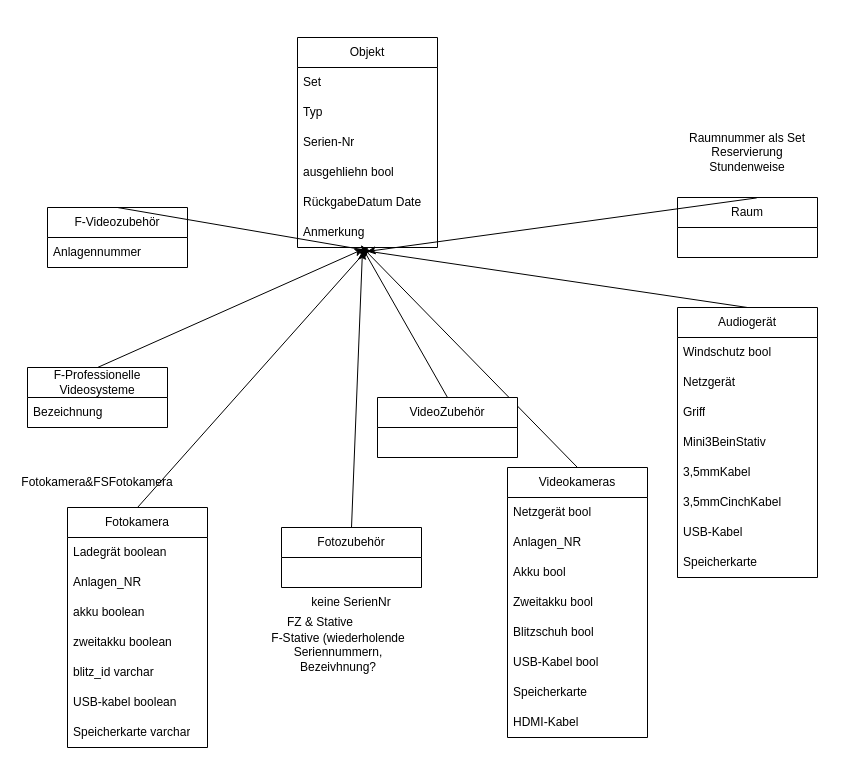
2426-itp-ahitm/leoleih keeps this draw.io diagram as Management/DB_Ressourcen/erdDatenbankStrukur.drawio. Above is the earlier version. Source tidied: cells renumbered, new cells numbered last; positions are measured from the earlier drawing's top-left corner, leaving out a move shared by most shapes. Both pictures are drawn from the tidied source at 100%, with x=0, y=0 at pixel (17, 37).
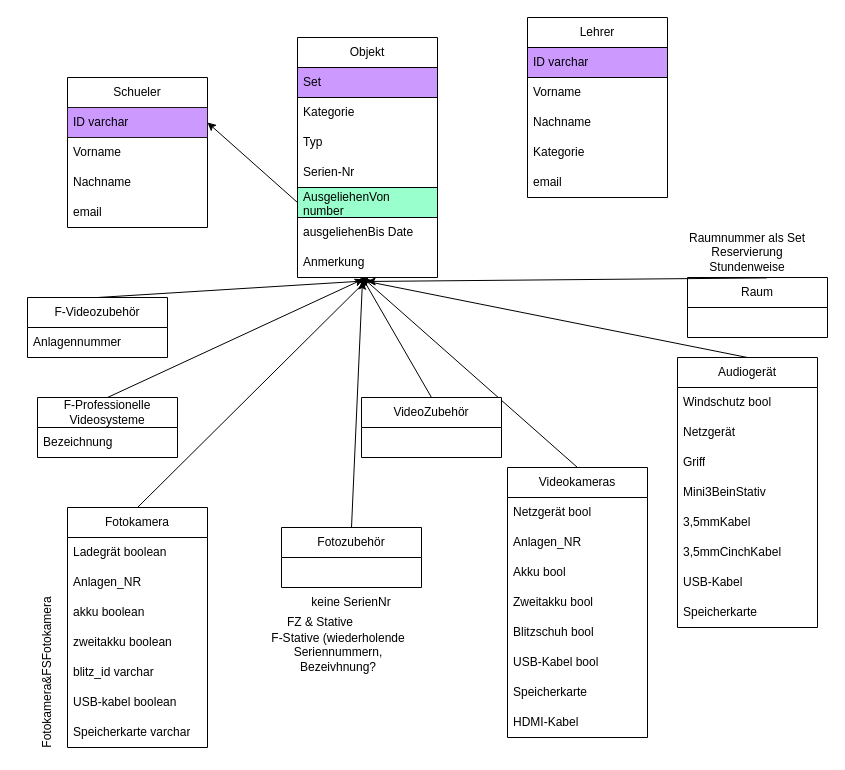
The same page after the edit.

What changed in the source:
```diff
@@
     <mxCell id="11" value="Objekt" style="swimlane;fontStyle=0;horizontal=1;startSize=30;whiteSpace=wrap;html=1;" parent="1" vertex="1">
-      <mxGeometry x="280" width="140" height="210" as="geometry" />
+      <mxGeometry x="280" width="140" height="240" as="geometry" />
     </mxCell>
-    <mxCell id="12" value="Set" style="text;strokeColor=none;fillColor=none;align=left;verticalAlign=middle;spacingLeft=4;spacingRight=4;overflow=hidden;whiteSpace=wrap;html=1;" parent="11" vertex="1">
+    <mxCell id="12" value="Set" style="text;strokeColor=#000000;fillColor=#CC99FF;align=left;verticalAlign=middle;spacingLeft=4;spacingRight=4;overflow=hidden;whiteSpace=wrap;html=1;" parent="11" vertex="1">
       <mxGeometry y="30" width="140" height="30" as="geometry" />
     </mxCell>
+    <mxCell id="55" value="Kategorie" style="text;strokeColor=none;fillColor=none;align=left;verticalAlign=middle;spacingLeft=4;spacingRight=4;overflow=hidden;whiteSpace=wrap;html=1;" parent="11" vertex="1">
+      <mxGeometry y="60" width="140" height="30" as="geometry" />
+    </mxCell>
     <mxCell id="13" value="Typ" style="text;strokeColor=none;fillColor=none;align=left;verticalAlign=middle;spacingLeft=4;spacingRight=4;overflow=hidden;whiteSpace=wrap;html=1;" parent="11" vertex="1">
-      <mxGeometry y="60" width="140" height="30" as="geometry" />
+      <mxGeometry y="90" width="140" height="30" as="geometry" />
     </mxCell>
     <mxCell id="14" value="Serien-Nr" style="text;strokeColor=none;fillColor=none;align=left;verticalAlign=middle;spacingLeft=4;spacingRight=4;overflow=hidden;whiteSpace=wrap;html=1;" parent="11" vertex="1">
-      <mxGeometry y="90" width="140" height="30" as="geometry" />
+      <mxGeometry y="120" width="140" height="30" as="geometry" />
     </mxCell>
-    <mxCell id="15" value="ausgehliehn bool" style="text;strokeColor=none;fillColor=none;align=left;verticalAlign=middle;spacingLeft=4;spacingRight=4;overflow=hidden;points=[[0,0.5],[1,0.5]];portConstraint=eastwest;whiteSpace=wrap;html=1;" parent="11" vertex="1">
-      <mxGeometry y="120" width="140" height="30" as="geometry" />
+    <mxCell id="15" value="AusgeliehenVon number" style="text;strokeColor=#000000;fillColor=#99FFCC;align=left;verticalAlign=middle;spacingLeft=4;spacingRight=4;overflow=hidden;points=[[0,0.5],[1,0.5]];portConstraint=eastwest;whiteSpace=wrap;html=1;" parent="11" vertex="1">
+      <mxGeometry y="150" width="140" height="30" as="geometry" />
     </mxCell>
-    <mxCell id="16" value="RückgabeDatum Date" style="text;strokeColor=none;fillColor=none;align=left;verticalAlign=middle;spacingLeft=4;spacingRight=4;overflow=hidden;whiteSpace=wrap;html=1;" parent="11" vertex="1">
-      <mxGeometry y="150" width="140" height="30" as="geometry" />
-    </mxCell>
+    <mxCell id="56" value="ausgeliehenBis Date" style="text;strokeColor=none;fillColor=none;align=left;verticalAlign=middle;spacingLeft=4;spacingRight=4;overflow=hidden;whiteSpace=wrap;html=1;" parent="11" vertex="1">
+      <mxGeometry y="180" width="140" height="30" as="geometry" />
+    </mxCell>
     <mxCell id="17" value="Anmerkung" style="text;strokeColor=none;fillColor=none;align=left;verticalAlign=middle;spacingLeft=4;spacingRight=4;overflow=hidden;points=[[0,0.5],[1,0.5]];portConstraint=eastwest;whiteSpace=wrap;html=1;" parent="11" vertex="1">
-      <mxGeometry y="180" width="140" height="30" as="geometry" />
+      <mxGeometry y="210" width="140" height="30" as="geometry" />
     </mxCell>
@@
-    <mxCell id="20" value="Fotokamera&amp;amp;FSFotokamera" style="text;html=1;align=center;verticalAlign=middle;whiteSpace=wrap;rounded=0;" parent="1" vertex="1">
-      <mxGeometry y="430" width="160" height="30" as="geometry" />
+    <mxCell id="20" value="Fotokamera&amp;amp;FSFotokamera" style="text;html=1;align=center;verticalAlign=middle;whiteSpace=wrap;rounded=0;rotation=-90;" parent="1" vertex="1">
+      <mxGeometry x="-50" y="620" width="160" height="30" as="geometry" />
     </mxCell>
@@
     <mxCell id="33" value="VideoZubehör" style="swimlane;fontStyle=0;horizontal=1;startSize=30;whiteSpace=wrap;html=1;" parent="1" vertex="1">
-      <mxGeometry x="360" y="360" width="140" height="60" as="geometry" />
+      <mxGeometry x="344" y="360" width="140" height="60" as="geometry" />
     </mxCell>
@@
     <mxCell id="35" value="Audiogerät" style="swimlane;fontStyle=0;horizontal=1;startSize=30;whiteSpace=wrap;html=1;" parent="1" vertex="1">
-      <mxGeometry x="660" y="270" width="140" height="270" as="geometry" />
+      <mxGeometry x="660" y="320" width="140" height="270" as="geometry" />
     </mxCell>
@@
-    <mxCell id="44" style="endArrow=classic;html=1;rounded=0;entryX=0.441;entryY=1.08;entryDx=0;entryDy=0;entryPerimeter=0;" parent="1" edge="1" target="17">
-      <mxGeometry relative="1" as="geometry">
-        <mxPoint x="730" y="270" as="sourcePoint" />
-      </mxGeometry>
+    <mxCell id="44" style="endArrow=classic;html=1;rounded=0;entryX=0.441;entryY=1.08;entryDx=0;entryDy=0;entryPerimeter=0;exitX=0.5;exitY=0;exitDx=0;exitDy=0;" parent="1" edge="1" source="35" target="17">
+      <mxGeometry relative="1" as="geometry" />
     </mxCell>
     <mxCell id="45" value="F-Professionelle Videosysteme" style="swimlane;fontStyle=0;horizontal=1;startSize=30;whiteSpace=wrap;html=1;" parent="1" vertex="1">
-      <mxGeometry x="10" y="330" width="140" height="60" as="geometry" />
+      <mxGeometry x="20" y="360" width="140" height="60" as="geometry" />
     </mxCell>
@@
     <mxCell id="49" value="F-Videozubehör" style="swimlane;fontStyle=0;horizontal=1;startSize=30;whiteSpace=wrap;html=1;" parent="1" vertex="1">
-      <mxGeometry x="30" y="170" width="140" height="60" as="geometry" />
+      <mxGeometry x="10" y="260" width="140" height="60" as="geometry" />
     </mxCell>
@@
-    <mxCell id="51" style="endArrow=classic;html=1;rounded=0;entryX=0.51;entryY=1.107;entryDx=0;entryDy=0;entryPerimeter=0;" parent="1" edge="1" target="17">
-      <mxGeometry relative="1" as="geometry">
-        <mxPoint x="100" y="170" as="sourcePoint" />
-      </mxGeometry>
+    <mxCell id="51" style="endArrow=classic;html=1;rounded=0;entryX=0.51;entryY=1.107;entryDx=0;entryDy=0;entryPerimeter=0;exitX=0.5;exitY=0;exitDx=0;exitDy=0;" parent="1" edge="1" source="49" target="17">
+      <mxGeometry relative="1" as="geometry" />
     </mxCell>
     <mxCell id="52" value="Raum" style="swimlane;fontStyle=0;horizontal=1;startSize=30;whiteSpace=wrap;html=1;" parent="1" vertex="1">
-      <mxGeometry x="660" y="160" width="140" height="60" as="geometry" />
+      <mxGeometry x="670" y="240" width="140" height="60" as="geometry" />
     </mxCell>
@@
     <mxCell id="54" value="Raumnummer als Set&lt;div&gt;Reservierung Stundenweise&lt;/div&gt;" style="text;html=1;align=center;verticalAlign=middle;whiteSpace=wrap;rounded=0;" parent="1" vertex="1">
-      <mxGeometry x="660" y="100" width="140" height="30" as="geometry" />
+      <mxGeometry x="660" y="200" width="140" height="30" as="geometry" />
     </mxCell>
+    <mxCell id="57" value="Schueler" style="swimlane;fontStyle=0;horizontal=1;startSize=30;whiteSpace=wrap;html=1;" parent="1" vertex="1">
+      <mxGeometry x="50" y="40" width="140" height="150" as="geometry" />
+    </mxCell>
+    <mxCell id="58" value="ID varchar" style="text;strokeColor=#1A1A1A;fillColor=#CC99FF;align=left;verticalAlign=middle;spacingLeft=4;spacingRight=4;overflow=hidden;points=[[0,0.5],[1,0.5]];portConstraint=eastwest;whiteSpace=wrap;html=1;" parent="57" vertex="1">
+      <mxGeometry y="30" width="140" height="30" as="geometry" />
+    </mxCell>
+    <mxCell id="59" value="Vorname" style="text;strokeColor=none;fillColor=none;align=left;verticalAlign=middle;spacingLeft=4;spacingRight=4;overflow=hidden;whiteSpace=wrap;html=1;" parent="57" vertex="1">
+      <mxGeometry y="60" width="140" height="30" as="geometry" />
+    </mxCell>
+    <mxCell id="60" value="Nachname" style="text;strokeColor=none;fillColor=none;align=left;verticalAlign=middle;spacingLeft=4;spacingRight=4;overflow=hidden;whiteSpace=wrap;html=1;" parent="57" vertex="1">
+      <mxGeometry y="90" width="140" height="30" as="geometry" />
+    </mxCell>
+    <mxCell id="61" value="email" style="text;strokeColor=none;fillColor=none;align=left;verticalAlign=middle;spacingLeft=4;spacingRight=4;overflow=hidden;whiteSpace=wrap;html=1;" parent="57" vertex="1">
+      <mxGeometry y="120" width="140" height="30" as="geometry" />
+    </mxCell>
+    <mxCell id="62" style="endArrow=classic;html=1;rounded=0;exitX=0;exitY=0.5;exitDx=0;exitDy=0;entryX=1;entryY=0.5;entryDx=0;entryDy=0;" parent="1" edge="1" source="15" target="58">
+      <mxGeometry relative="1" as="geometry" />
+    </mxCell>
+    <mxCell id="63" value="Lehrer" style="swimlane;fontStyle=0;horizontal=1;startSize=30;whiteSpace=wrap;html=1;" parent="1" vertex="1">
+      <mxGeometry x="510" y="-20" width="140" height="180" as="geometry" />
+    </mxCell>
+    <mxCell id="64" value="ID varchar" style="text;strokeColor=#000000;fillColor=#CC99FF;align=left;verticalAlign=middle;spacingLeft=4;spacingRight=4;overflow=hidden;whiteSpace=wrap;html=1;" parent="63" vertex="1">
+      <mxGeometry y="30" width="140" height="30" as="geometry" />
+    </mxCell>
+    <mxCell id="65" value="Vorname" style="text;strokeColor=none;fillColor=none;align=left;verticalAlign=middle;spacingLeft=4;spacingRight=4;overflow=hidden;whiteSpace=wrap;html=1;" parent="63" vertex="1">
+      <mxGeometry y="60" width="140" height="30" as="geometry" />
+    </mxCell>
+    <mxCell id="66" value="Nachname" style="text;strokeColor=none;fillColor=none;align=left;verticalAlign=middle;spacingLeft=4;spacingRight=4;overflow=hidden;whiteSpace=wrap;html=1;" parent="63" vertex="1">
+      <mxGeometry y="90" width="140" height="30" as="geometry" />
+    </mxCell>
+    <mxCell id="67" value="Kategorie" style="text;strokeColor=none;fillColor=none;align=left;verticalAlign=middle;spacingLeft=4;spacingRight=4;overflow=hidden;whiteSpace=wrap;html=1;" parent="63" vertex="1">
+      <mxGeometry y="120" width="140" height="30" as="geometry" />
+    </mxCell>
+    <mxCell id="68" value="email" style="text;strokeColor=none;fillColor=none;align=left;verticalAlign=middle;spacingLeft=4;spacingRight=4;overflow=hidden;whiteSpace=wrap;html=1;" parent="63" vertex="1">
+      <mxGeometry y="150" width="140" height="30" as="geometry" />
+    </mxCell>
```
